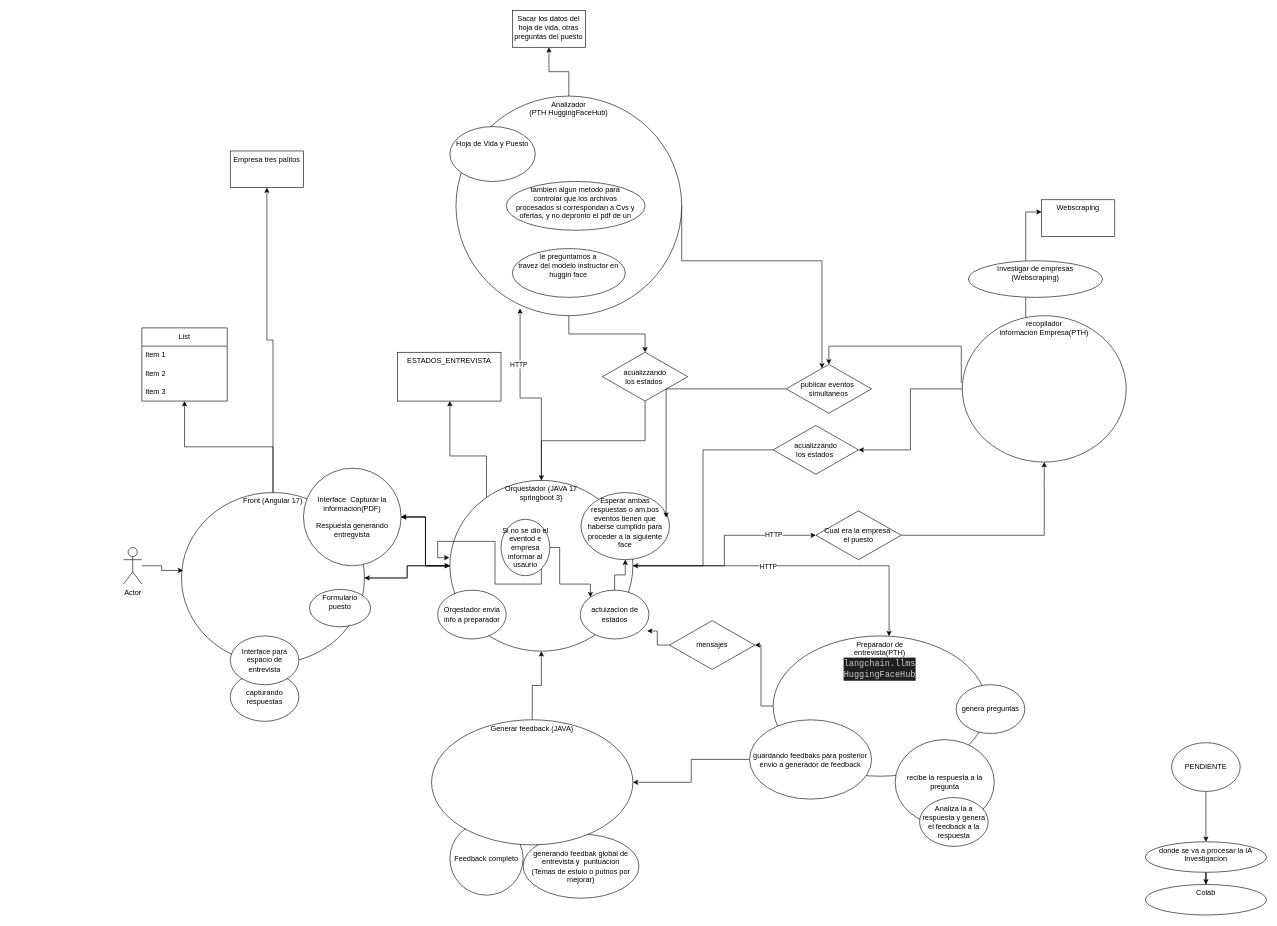
Before: page "Diagrama de arquitectura" (2 of 3) of SistemaEntrevistasInteligentes.drawio in EntrevistadorInteligente/si-architecture-diagrams, a draw.io diagram. Source tidied: cells renumbered, new cells numbered last; positions are measured from the earlier drawing's top-left corner, leaving out a move shared by most shapes. Both pictures are drawn from the tidied source at 61%, with x=0, y=0 at pixel (123, 10).
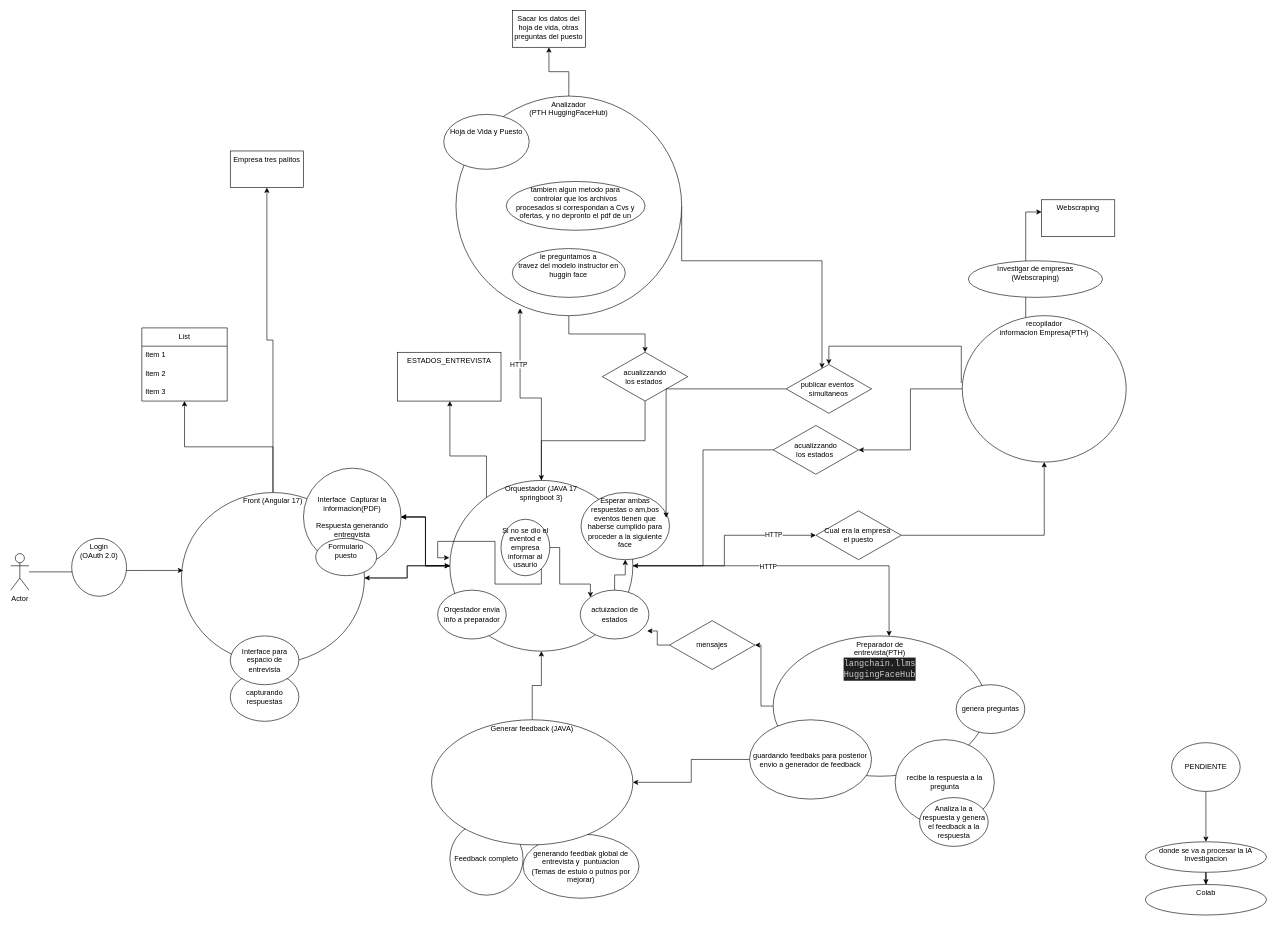
Above is the later version.

Commit message:
Se agrega login

What changed in the source:
```diff
@@
     <mxCell id="27" value="Actor" style="shape=umlActor;verticalLabelPosition=bottom;verticalAlign=top;html=1;outlineConnect=0;" parent="1" vertex="1">
-      <mxGeometry y="880" width="30" height="60" as="geometry" />
+      <mxGeometry x="-185" y="890" width="30" height="60" as="geometry" />
     </mxCell>
@@
     <mxCell id="48" value="&lt;br&gt;Hoja de Vida y Puesto" style="ellipse;whiteSpace=wrap;html=1;verticalAlign=top;" parent="1" vertex="1">
-      <mxGeometry x="535" y="190" width="140" height="90" as="geometry" />
+      <mxGeometry x="525" y="170" width="140" height="90" as="geometry" />
     </mxCell>
     <mxCell id="49" value="Formulario &lt;br&gt;puesto" style="ellipse;whiteSpace=wrap;html=1;verticalAlign=top;" parent="1" vertex="1">
-      <mxGeometry x="305" y="948.8" width="100" height="61.2" as="geometry" />
+      <mxGeometry x="315" y="865" width="100" height="61.2" as="geometry" />
     </mxCell>
@@
+    <mxCell id="77" value="Login&lt;br&gt;(OAuth 2.0)" style="ellipse;whiteSpace=wrap;html=1;verticalAlign=top;" parent="1" vertex="1">
+      <mxGeometry x="-85" y="865" width="90" height="95" as="geometry" />
+    </mxCell>
```
